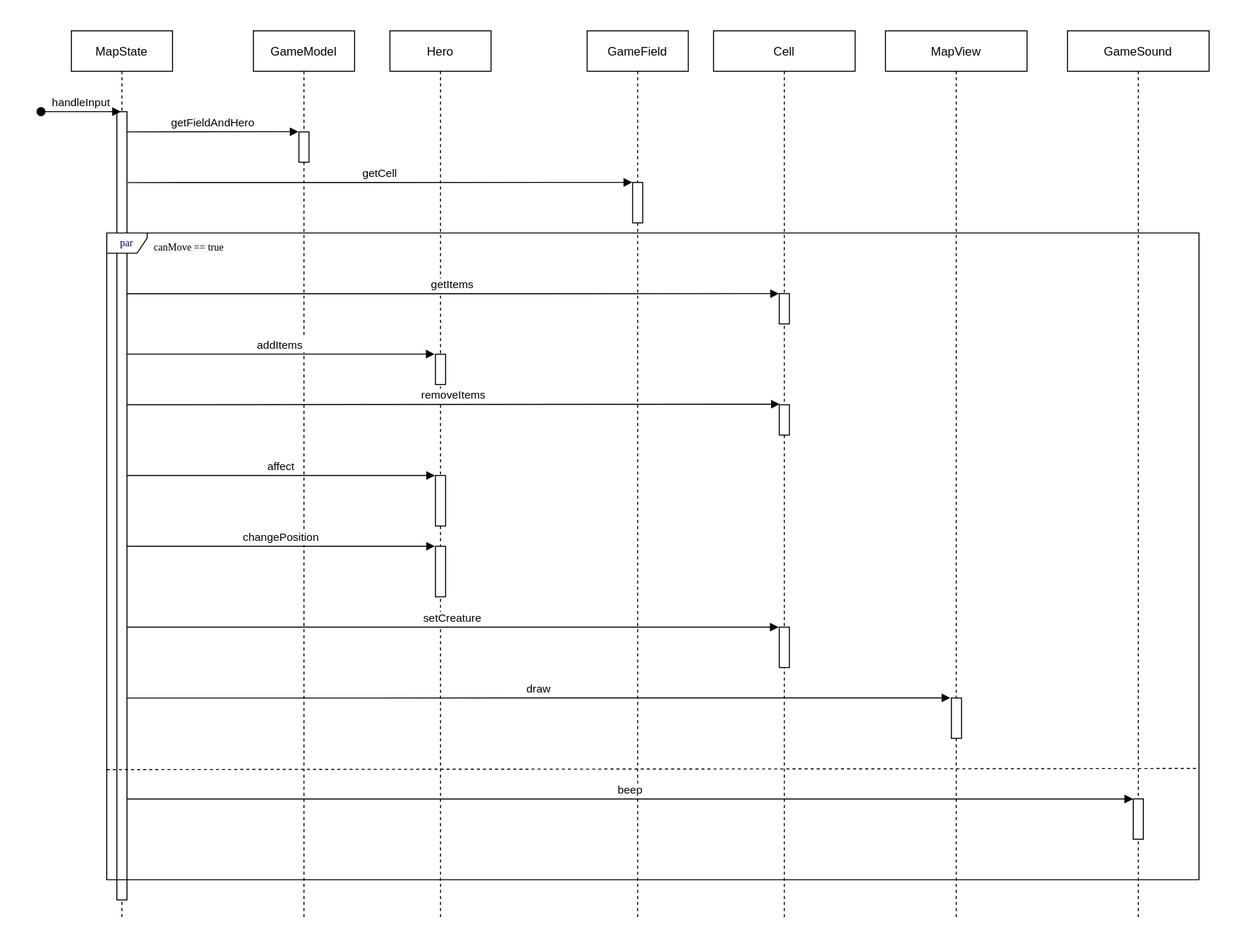
Earlier version of the draw.io export images/sequence_diagram.svg (KaperD/HSE-SD-Course-Roguelike). Source tidied: cells renumbered, new cells last; positions are measured from the earlier drawing's top-left corner, leaving out a move shared by most shapes.
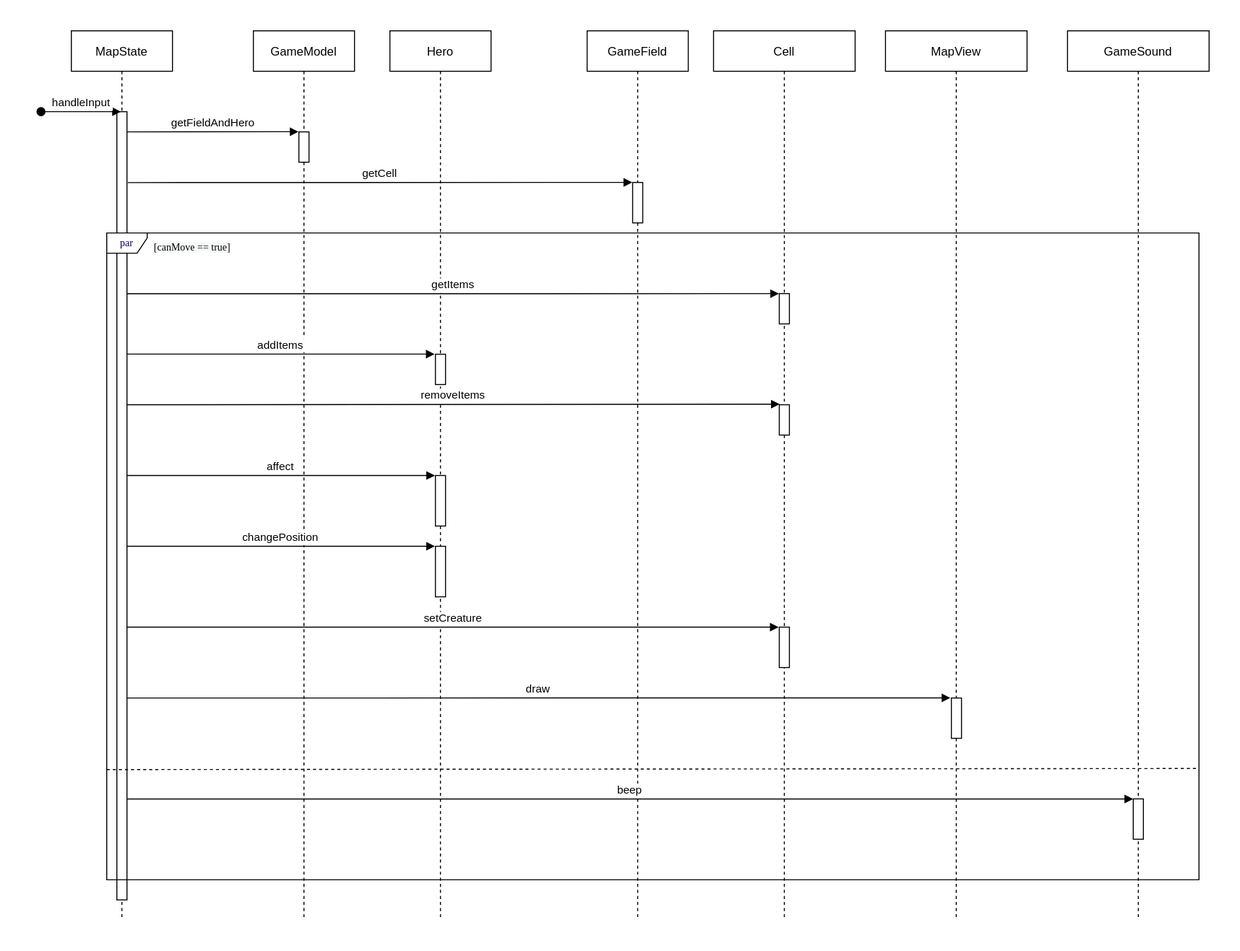
The same file after the commit.

Commit message:
Fix uml in diagrams

Diff of the diagram source:
```diff
@@ -110,7 +110,7 @@
     <mxCell id="30" value="par" style="shape=umlFrame;whiteSpace=wrap;html=1;strokeColor=#000000;fillColor=#FFFFFF;fontFamily=Tahoma;fontSize=10;fontColor=#000066;align=center;width=40;height=20;" parent="1" vertex="1">
       <mxGeometry x="65" y="200" width="1080" height="640" as="geometry" />
     </mxCell>
-    <mxCell id="31" value="&lt;span style=&quot;font-family: tahoma; font-size: 10px; font-style: normal; font-weight: 400; letter-spacing: normal; text-align: left; text-indent: 0px; text-transform: none; word-spacing: 0px; background-color: rgb(248, 249, 250); display: inline; float: none;&quot;&gt;canMove == true&lt;/span&gt;" style="text;whiteSpace=wrap;html=1;fontColor=#000000;" parent="1" vertex="1">
+    <mxCell id="31" value="&lt;span style=&quot;font-family: tahoma; font-size: 10px; font-style: normal; font-weight: 400; letter-spacing: normal; text-align: left; text-indent: 0px; text-transform: none; word-spacing: 0px; background-color: rgb(248, 249, 250); display: inline; float: none;&quot;&gt;[canMove == true]&lt;/span&gt;" style="text;whiteSpace=wrap;html=1;fontColor=#000000;" parent="1" vertex="1">
       <mxGeometry x="110" y="200" width="100" height="30" as="geometry" />
     </mxCell>
     <mxCell id="32" value="beep" style="verticalAlign=bottom;endArrow=block;shadow=0;strokeWidth=1;entryX=-0.008;entryY=0.003;entryDx=0;entryDy=0;entryPerimeter=0;" parent="1" edge="1" target="29">
```
